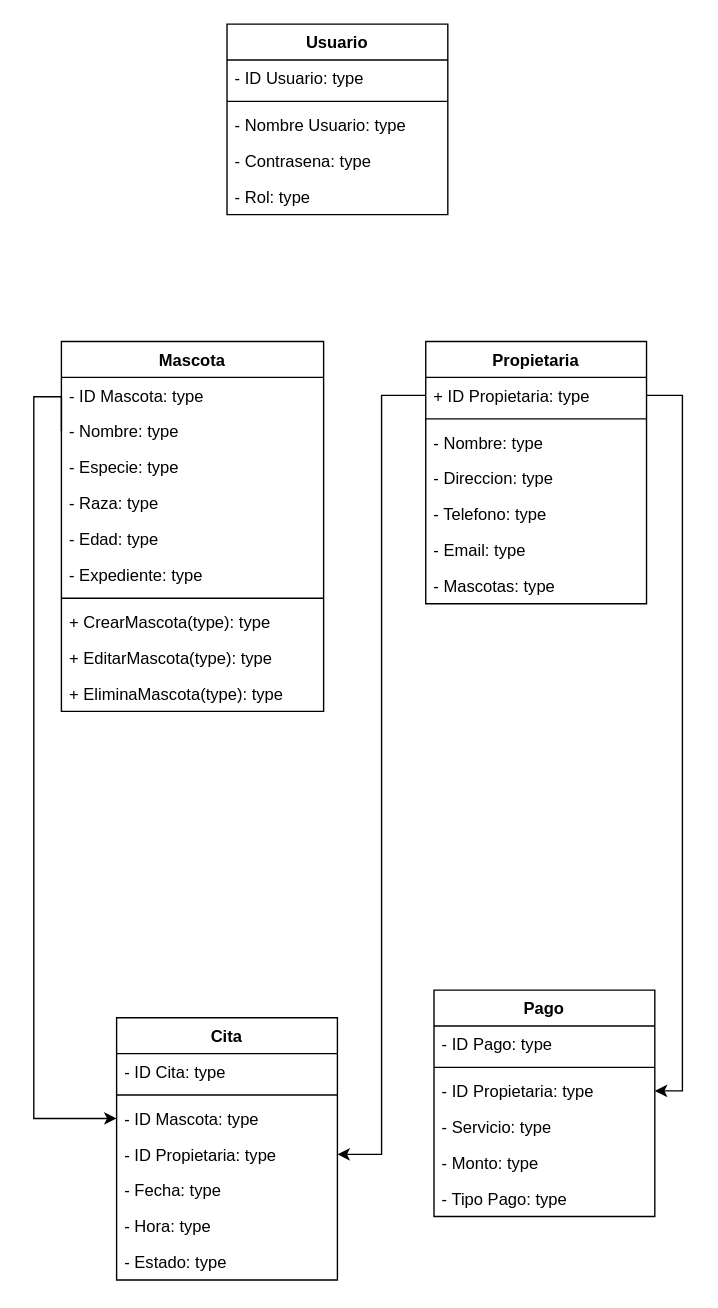
Earlier version of the draw.io diagram Diagrama sin título.drawio (NixieNixi/diagramaClases). Source tidied: cells renumbered, new cells numbered last; positions are measured from the earlier drawing's top-left corner, leaving out a move shared by most shapes. Both pictures are drawn from the tidied source at 138%, with x=0, y=0 at pixel (33, 23).
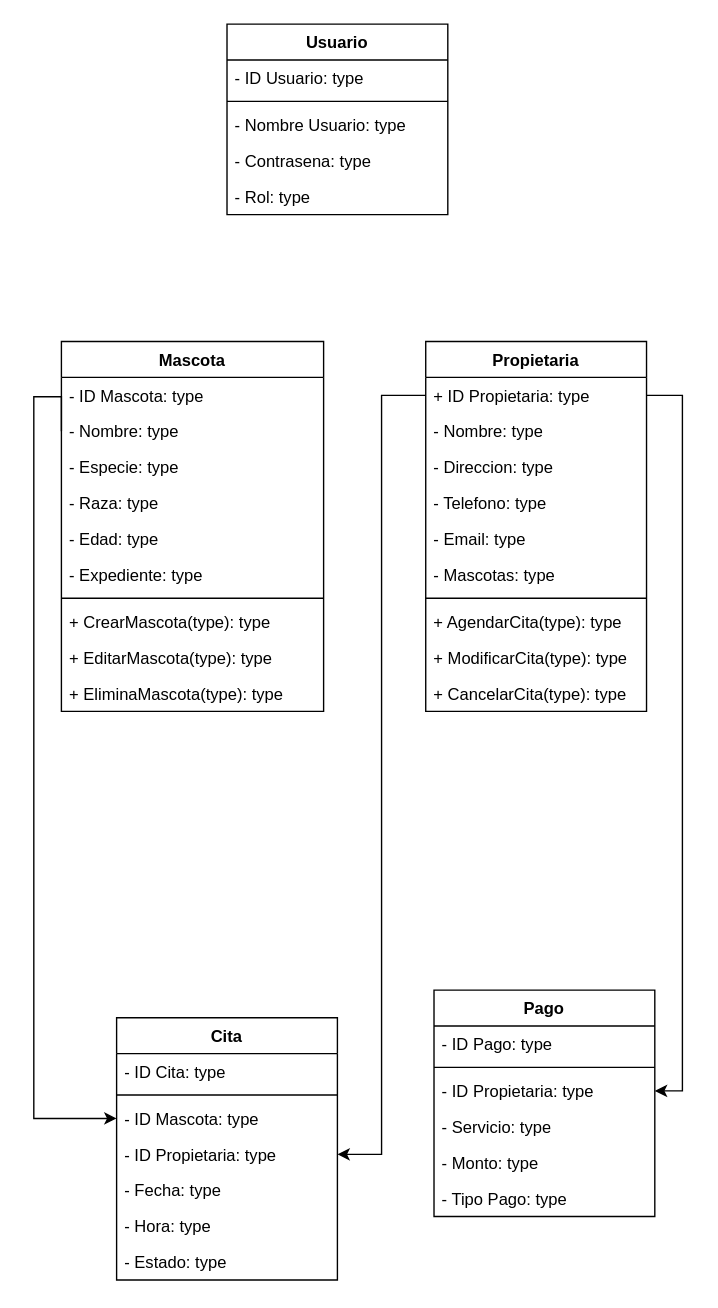
The same diagram, later.

Diff of the diagram source:
```diff
@@
     <mxCell id="13" value="Propietaria" style="swimlane;fontStyle=1;align=center;verticalAlign=top;horizontal=1;startSize=26;whiteSpace=wrap;html=1;" parent="1" vertex="1">
-      <mxGeometry x="284" y="230" width="160" height="190" as="geometry" />
+      <mxGeometry x="284" y="230" width="160" height="268" as="geometry" />
     </mxCell>
@@
-    <mxCell id="15" style="line;strokeWidth=1;fillColor=none;align=left;verticalAlign=middle;spacingTop=-1;spacingLeft=3;spacingRight=3;labelPosition=right;strokeColor=inherit;" parent="13" vertex="1">
-      <mxGeometry y="52" width="160" height="8" as="geometry" />
-    </mxCell>
     <mxCell id="16" value="- Nombre: type" style="text;strokeColor=none;fillColor=none;align=left;verticalAlign=top;spacingLeft=4;spacingRight=4;overflow=hidden;whiteSpace=wrap;html=1;" parent="13" vertex="1">
-      <mxGeometry y="60" width="160" height="26" as="geometry" />
+      <mxGeometry y="52" width="160" height="26" as="geometry" />
     </mxCell>
     <mxCell id="17" value="- Direccion&lt;span style=&quot;background-color: initial;&quot;&gt;: type&lt;/span&gt;" style="text;strokeColor=none;fillColor=none;align=left;verticalAlign=top;spacingLeft=4;spacingRight=4;overflow=hidden;whiteSpace=wrap;html=1;" parent="13" vertex="1">
-      <mxGeometry y="86" width="160" height="26" as="geometry" />
+      <mxGeometry y="78" width="160" height="26" as="geometry" />
     </mxCell>
     <mxCell id="18" value="- Telefono&lt;span style=&quot;background-color: initial;&quot;&gt;: type&lt;/span&gt;" style="text;strokeColor=none;fillColor=none;align=left;verticalAlign=top;spacingLeft=4;spacingRight=4;overflow=hidden;whiteSpace=wrap;html=1;" parent="13" vertex="1">
-      <mxGeometry y="112" width="160" height="26" as="geometry" />
+      <mxGeometry y="104" width="160" height="26" as="geometry" />
     </mxCell>
     <mxCell id="19" value="- Email: type" style="text;strokeColor=none;fillColor=none;align=left;verticalAlign=top;spacingLeft=4;spacingRight=4;overflow=hidden;whiteSpace=wrap;html=1;" parent="13" vertex="1">
-      <mxGeometry y="138" width="160" height="26" as="geometry" />
+      <mxGeometry y="130" width="160" height="26" as="geometry" />
     </mxCell>
     <mxCell id="20" value="- Mascotas: type" style="text;strokeColor=none;fillColor=none;align=left;verticalAlign=top;spacingLeft=4;spacingRight=4;overflow=hidden;whiteSpace=wrap;html=1;" parent="13" vertex="1">
-      <mxGeometry y="164" width="160" height="26" as="geometry" />
+      <mxGeometry y="156" width="160" height="26" as="geometry" />
     </mxCell>
+    <mxCell id="15" style="line;strokeWidth=1;fillColor=none;align=left;verticalAlign=middle;spacingTop=-1;spacingLeft=3;spacingRight=3;labelPosition=right;strokeColor=inherit;" parent="13" vertex="1">
+      <mxGeometry y="182" width="160" height="8" as="geometry" />
+    </mxCell>
+    <mxCell id="45" value="+ AgendarCita(type): type" style="text;strokeColor=none;fillColor=none;align=left;verticalAlign=top;spacingLeft=4;spacingRight=4;overflow=hidden;whiteSpace=wrap;html=1;" parent="13" vertex="1">
+      <mxGeometry y="190" width="160" height="26" as="geometry" />
+    </mxCell>
+    <mxCell id="46" value="+ ModificarCita(type): type" style="text;strokeColor=none;fillColor=none;align=left;verticalAlign=top;spacingLeft=4;spacingRight=4;overflow=hidden;whiteSpace=wrap;html=1;" parent="13" vertex="1">
+      <mxGeometry y="216" width="160" height="26" as="geometry" />
+    </mxCell>
+    <mxCell id="47" value="+ CancelarCita(type): type" style="text;strokeColor=none;fillColor=none;align=left;verticalAlign=top;spacingLeft=4;spacingRight=4;overflow=hidden;whiteSpace=wrap;html=1;" parent="13" vertex="1">
+      <mxGeometry y="242" width="160" height="26" as="geometry" />
+    </mxCell>
```
